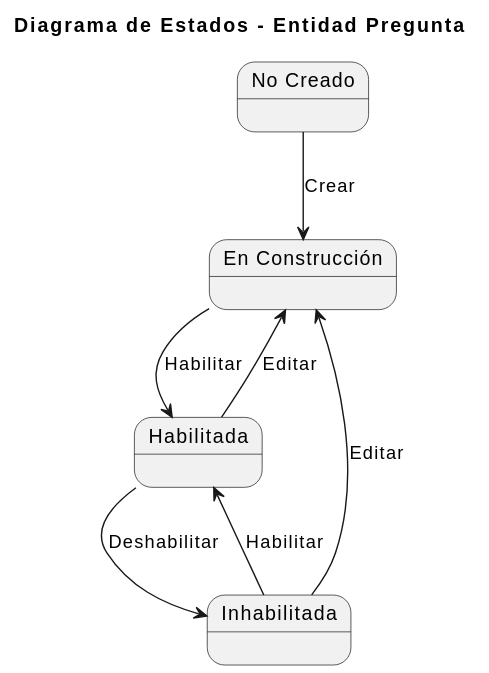
Above: documents/modelos/diagramas/diagramaEstados/diagramaEstadosPregunta/diagramaEstadosPregunta.svg in martinlopez7/25-26-IdSw1-SdR (PlantUML), before the change.
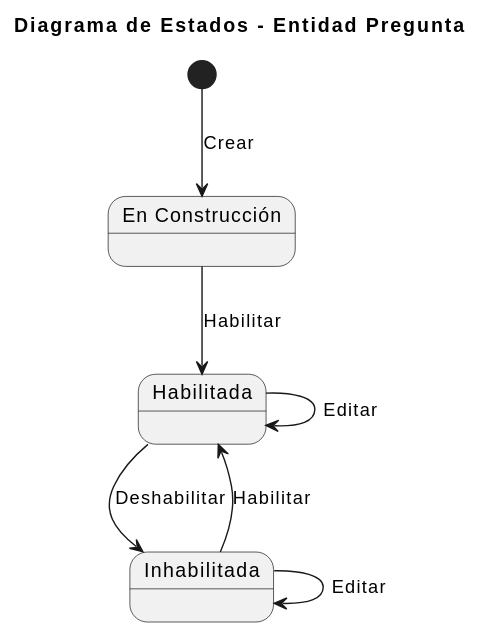
The same diagram one commit later.

Commit message:
fix(mdd): corrige los diagramas de estados de examen y pregunta [refs #68]

Diff of the diagram source:
```diff
@@ -1,17 +1,16 @@
 @startuml
 title Diagrama de Estados - Entidad Pregunta
 
-state "No Creado" as no_creado
 state "En Construcción" as construccion
 state "Habilitada" as habilitada
 state "Inhabilitada" as inhabilitada
 
-no_creado --> construccion : Crear
+[*] --> construccion : Crear
 construccion --> habilitada : Habilitar
 
 habilitada --> inhabilitada : Deshabilitar
 inhabilitada --> habilitada : Habilitar
 
-habilitada --> construccion : Editar
-inhabilitada --> construccion : Editar
+habilitada --> habilitada : Editar
+inhabilitada --> inhabilitada : Editar
 @enduml
```
